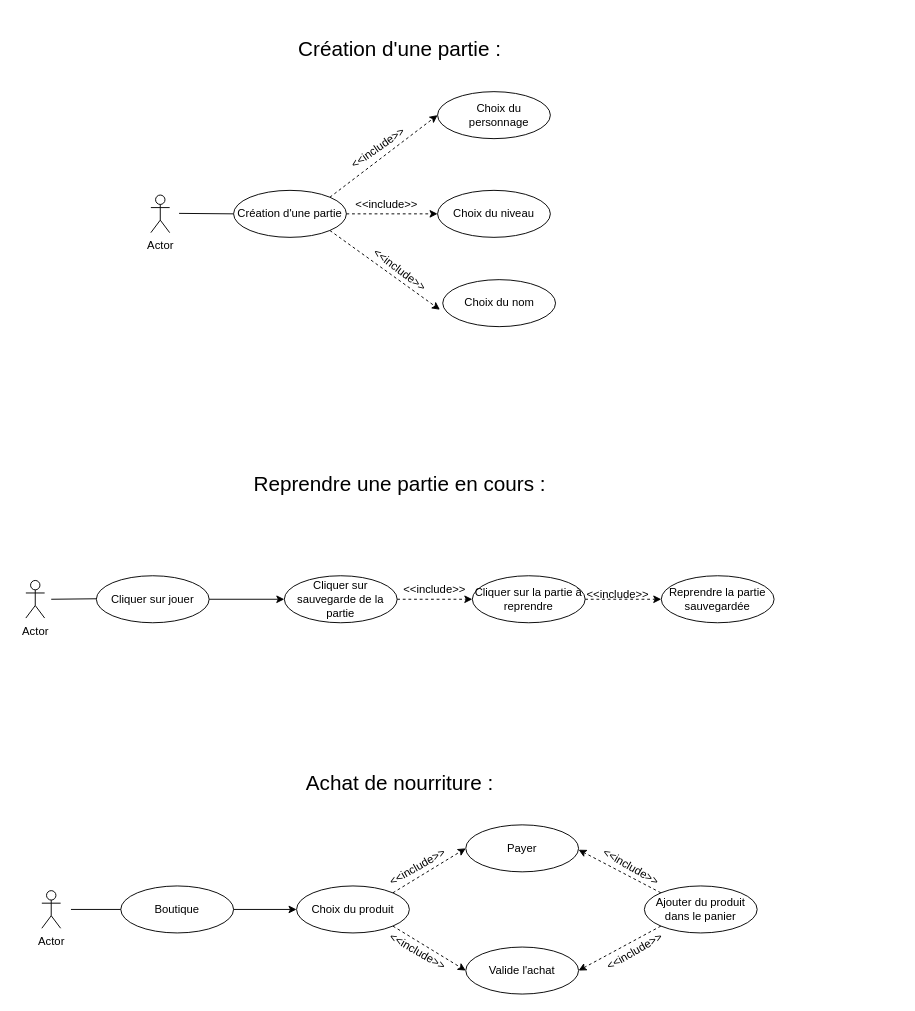
The draw.io diagram page "Page-1" (1 of 2) of DiagramCasUtilisation.drawio in BMaurice56/Tamagotchi, before the edit. Source tidied: cells renumbered, new cells numbered last; positions are measured from the earlier drawing's top-left corner, leaving out a move shared by most shapes. Both pictures are drawn from the tidied source at 94%, with x=0, y=0 at pixel (25, 16).
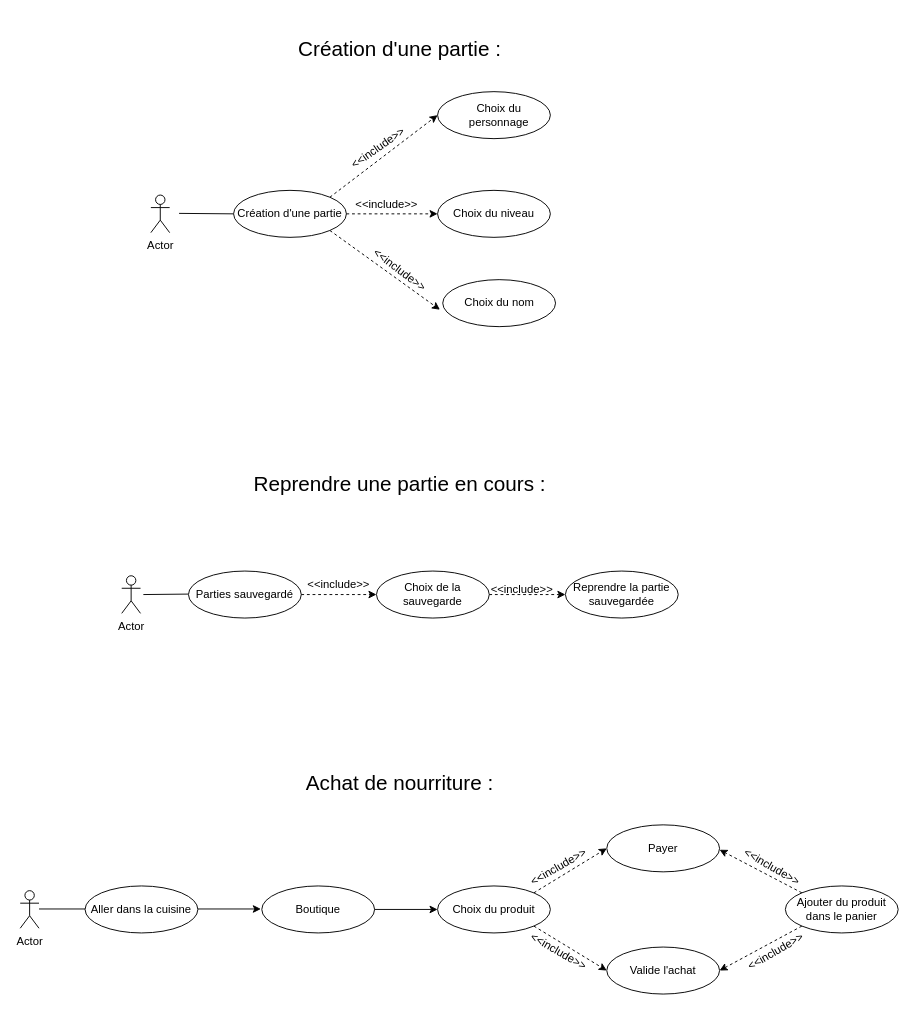
The same diagram, later.

Commit message:
Mettre à jour DiagramCasUtilisation.drawio

The edit, as a diff of the source:
```diff
@@
     <mxCell id="15" style="endArrow=none;html=1;rounded=0;" parent="1" edge="1">
       <mxGeometry relative="1" as="geometry">
-        <mxPoint x="27" y="620" as="sourcePoint" />
-        <mxPoint x="75" y="619.5" as="targetPoint" />
+        <mxPoint x="125" y="615" as="sourcePoint" />
+        <mxPoint x="173" y="614.5" as="targetPoint" />
       </mxGeometry>
     </mxCell>
-    <mxCell id="16" value="Cliquer sur jouer" style="ellipse;whiteSpace=wrap;html=1;" parent="1" vertex="1">
-      <mxGeometry x="75" y="595" width="120" height="50" as="geometry" />
-    </mxCell>
-    <mxCell id="17" value="Cliquer sur sauvegarde de la partie" style="ellipse;whiteSpace=wrap;html=1;" parent="1" vertex="1">
-      <mxGeometry x="275" y="595" width="120" height="50" as="geometry" />
+    <mxCell id="17" value="Parties sauvegardé" style="ellipse;whiteSpace=wrap;html=1;" parent="1" vertex="1">
+      <mxGeometry x="173" y="590" width="120" height="50" as="geometry" />
     </mxCell>
-    <mxCell id="18" value="Cliquer sur la partie à reprendre" style="ellipse;whiteSpace=wrap;html=1;" parent="1" vertex="1">
-      <mxGeometry x="475" y="595" width="120" height="50" as="geometry" />
+    <mxCell id="18" value="Choix de la sauvegarde" style="ellipse;whiteSpace=wrap;html=1;" parent="1" vertex="1">
+      <mxGeometry x="373" y="590" width="120" height="50" as="geometry" />
     </mxCell>
     <mxCell id="19" style="endArrow=classic;html=1;rounded=0;dashed=1;exitX=1;exitY=0.5;exitDx=0;exitDy=0;" parent="1" edge="1" source="17">
       <mxGeometry relative="1" as="geometry">
-        <mxPoint x="475" y="620" as="targetPoint" />
+        <mxPoint x="373" y="615" as="targetPoint" />
       </mxGeometry>
     </mxCell>
     <mxCell id="20" value="&amp;lt;&amp;lt;include&amp;gt;&amp;gt;" style="text;html=1;strokeColor=none;fillColor=none;align=center;verticalAlign=middle;whiteSpace=wrap;rounded=0;rotation=0;" parent="1" vertex="1">
-      <mxGeometry x="405" y="590" width="60" height="40" as="geometry" />
+      <mxGeometry x="303" y="585" width="60" height="40" as="geometry" />
     </mxCell>
@@
     <mxCell id="22" value="Actor" style="shape=umlActor;verticalLabelPosition=bottom;verticalAlign=top;html=1;" parent="1" vertex="1">
-      <mxGeometry x="17" y="930" width="20" height="40" as="geometry" />
+      <mxGeometry x="-6" y="930" width="20" height="40" as="geometry" />
     </mxCell>
@@
     <mxCell id="24" value="Boutique" style="ellipse;whiteSpace=wrap;html=1;" parent="1" vertex="1">
-      <mxGeometry x="101" y="925" width="120" height="50" as="geometry" />
+      <mxGeometry x="251" y="925" width="120" height="50" as="geometry" />
     </mxCell>
-    <mxCell id="25" style="endArrow=none;html=1;rounded=0;entryX=0;entryY=0.5;entryDx=0;entryDy=0;" parent="1" edge="1" target="24">
+    <mxCell id="25" style="endArrow=none;html=1;rounded=0;entryX=0;entryY=0.5;entryDx=0;entryDy=0;" parent="1" edge="1">
       <mxGeometry relative="1" as="geometry">
-        <mxPoint x="48" y="950" as="sourcePoint" />
+        <mxPoint x="14" y="949.5" as="sourcePoint" />
+        <mxPoint x="67" y="949.5" as="targetPoint" />
       </mxGeometry>
     </mxCell>
     <mxCell id="26" value="Choix du produit" style="ellipse;whiteSpace=wrap;html=1;" parent="1" vertex="1">
-      <mxGeometry x="288" y="925" width="120" height="50" as="geometry" />
+      <mxGeometry x="438" y="925" width="120" height="50" as="geometry" />
     </mxCell>
@@
     <mxCell id="29" value="Payer" style="ellipse;whiteSpace=wrap;html=1;" parent="1" vertex="1">
-      <mxGeometry x="468" y="860" width="120" height="50" as="geometry" />
+      <mxGeometry x="618" y="860" width="120" height="50" as="geometry" />
     </mxCell>
     <mxCell id="30" value="Valide l'achat" style="ellipse;whiteSpace=wrap;html=1;" parent="1" vertex="1">
-      <mxGeometry x="468" y="990" width="120" height="50" as="geometry" />
+      <mxGeometry x="618" y="990" width="120" height="50" as="geometry" />
     </mxCell>
     <mxCell id="31" value="&amp;lt;&amp;lt;include&amp;gt;&amp;gt;" style="text;html=1;strokeColor=none;fillColor=none;align=center;verticalAlign=middle;whiteSpace=wrap;rounded=0;rotation=-30;" parent="1" vertex="1">
-      <mxGeometry x="387" y="885" width="60" height="40" as="geometry" />
+      <mxGeometry x="537" y="885" width="60" height="40" as="geometry" />
     </mxCell>
     <mxCell id="32" value="&amp;lt;&amp;lt;include&amp;gt;&amp;gt;" style="text;html=1;strokeColor=none;fillColor=none;align=center;verticalAlign=middle;whiteSpace=wrap;rounded=0;rotation=30;" parent="1" vertex="1">
-      <mxGeometry x="387" y="975" width="60" height="40" as="geometry" />
+      <mxGeometry x="537" y="975" width="60" height="40" as="geometry" />
     </mxCell>
     <mxCell id="33" value="Ajouter du produit&lt;br&gt;dans le panier" style="ellipse;whiteSpace=wrap;html=1;" parent="1" vertex="1">
-      <mxGeometry x="658" y="925" width="120" height="50" as="geometry" />
+      <mxGeometry x="808" y="925" width="120" height="50" as="geometry" />
     </mxCell>
@@
     <mxCell id="36" value="&amp;lt;&amp;lt;include&amp;gt;&amp;gt;" style="text;html=1;strokeColor=none;fillColor=none;align=center;verticalAlign=middle;whiteSpace=wrap;rounded=0;rotation=30;" parent="1" vertex="1">
-      <mxGeometry x="614" y="885" width="60" height="40" as="geometry" />
+      <mxGeometry x="764" y="885" width="60" height="40" as="geometry" />
     </mxCell>
     <mxCell id="37" value="&amp;lt;&amp;lt;include&amp;gt;&amp;gt;" style="text;html=1;strokeColor=none;fillColor=none;align=center;verticalAlign=middle;whiteSpace=wrap;rounded=0;rotation=-30;" parent="1" vertex="1">
-      <mxGeometry x="618" y="975" width="60" height="40" as="geometry" />
+      <mxGeometry x="768" y="975" width="60" height="40" as="geometry" />
     </mxCell>
@@
-    <mxCell id="39" style="endArrow=classic;html=1;rounded=0;exitX=1;exitY=0.5;exitDx=0;exitDy=0;entryX=0;entryY=0.5;entryDx=0;entryDy=0;" parent="1" edge="1" source="16" target="17">
-      <mxGeometry relative="1" as="geometry" />
-    </mxCell>
     <mxCell id="40" value="Reprendre la partie sauvegardée" style="ellipse;whiteSpace=wrap;html=1;" parent="1" vertex="1">
-      <mxGeometry x="676" y="595" width="120" height="50" as="geometry" />
+      <mxGeometry x="574" y="590" width="120" height="50" as="geometry" />
     </mxCell>
     <mxCell id="41" value="&amp;lt;&amp;lt;include&amp;gt;&amp;gt;" style="text;html=1;strokeColor=none;fillColor=none;align=center;verticalAlign=middle;whiteSpace=wrap;rounded=0;rotation=0;" parent="1" vertex="1">
-      <mxGeometry x="600" y="595" width="60" height="40" as="geometry" />
+      <mxGeometry x="498" y="590" width="60" height="40" as="geometry" />
     </mxCell>
     <mxCell id="42" style="endArrow=classic;html=1;rounded=0;dashed=1;exitX=0;exitY=0;exitDx=0;exitDy=0;entryX=1;entryY=0.5;entryDx=0;entryDy=0;" parent="1" edge="1" source="33">
       <mxGeometry relative="1" as="geometry">
-        <mxPoint x="588" y="886.5" as="targetPoint" />
+        <mxPoint x="738" y="886.5" as="targetPoint" />
       </mxGeometry>
     </mxCell>
     <mxCell id="43" value="Actor" style="shape=umlActor;verticalLabelPosition=bottom;verticalAlign=top;html=1;" parent="1" vertex="1">
-      <mxGeometry y="600" width="20" height="40" as="geometry" />
+      <mxGeometry x="102" y="595" width="20" height="40" as="geometry" />
     </mxCell>
@@
+    <mxCell id="45" value="Aller dans la cuisine" style="ellipse;whiteSpace=wrap;html=1;" parent="1" vertex="1">
+      <mxGeometry x="63" y="925" width="120" height="50" as="geometry" />
+    </mxCell>
+    <mxCell id="46" style="endArrow=classic;html=1;rounded=0;exitX=1;exitY=0.5;exitDx=0;exitDy=0;entryX=0;entryY=0.5;entryDx=0;entryDy=0;" parent="1" edge="1">
+      <mxGeometry relative="1" as="geometry">
+        <mxPoint x="183" y="949.5" as="sourcePoint" />
+        <mxPoint x="250" y="949.5" as="targetPoint" />
+      </mxGeometry>
+    </mxCell>
```
